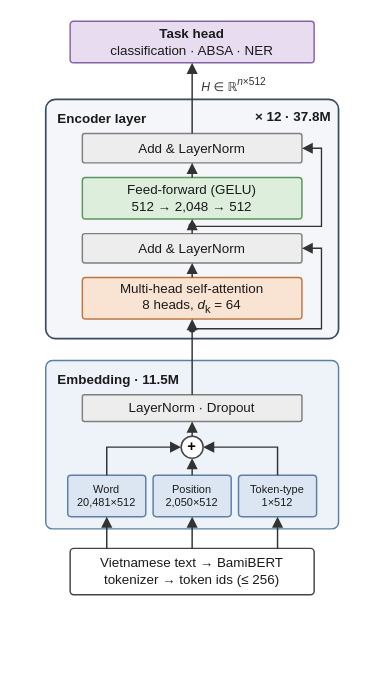
Above: release/goibert-m/figures/fig2_architecture.drawio in Nhantran65/GoiBERT (draw.io), before the change. Source tidied: cells renumbered, new cells numbered last; positions are measured from the earlier drawing's top-left corner, leaving out a move shared by most shapes. Both pictures are drawn from the tidied source at 122%, with x=0, y=0 at pixel (45, 21).
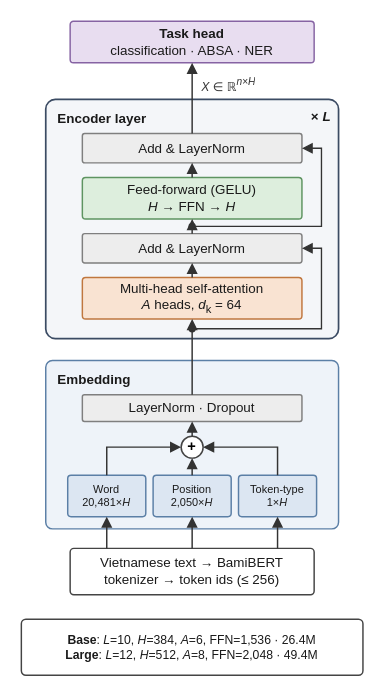
The same diagram, later.

Unchanged cells that the change refers to:
```xml
<mxCell id="2" value="&lt;b&gt;Task head&lt;/b&gt;&lt;br&gt;classification · ABSA · NER" style="rounded=1;arcSize=8;whiteSpace=wrap;html=1;strokeWidth=1.2;fontSize=11;fontColor=#1A1A1A;fontFamily=Helvetica;fillColor=#E8DDF0;strokeColor=#8663A3;" parent="1" vertex="1">
  <mxGeometry x="20" width="200" height="34" as="geometry" />
</mxCell>
<mxCell id="3" value="Encoder layer" style="rounded=1;arcSize=4;whiteSpace=wrap;html=1;fillColor=#F4F6F9;strokeColor=#3B4B63;strokeWidth=1.4;verticalAlign=top;align=left;spacingLeft=8;spacingTop=3;fontSize=11;fontStyle=1;fontColor=#1A1A1A;fontFamily=Helvetica;" parent="1" vertex="1">
  <mxGeometry y="64" width="240" height="196" as="geometry" />
</mxCell>
<mxCell id="5" value="Add &amp;amp; LayerNorm" style="rounded=1;arcSize=8;whiteSpace=wrap;html=1;strokeWidth=1.2;fontSize=11;fontColor=#1A1A1A;fontFamily=Helvetica;fillColor=#EDEDED;strokeColor=#7F7F7F;" parent="3" vertex="1">
  <mxGeometry x="30" y="28" width="180" height="24" as="geometry" />
</mxCell>
<mxCell id="7" value="Add &amp;amp; LayerNorm" style="rounded=1;arcSize=8;whiteSpace=wrap;html=1;strokeWidth=1.2;fontSize=11;fontColor=#1A1A1A;fontFamily=Helvetica;fillColor=#EDEDED;strokeColor=#7F7F7F;" parent="3" vertex="1">
  <mxGeometry x="30" y="110" width="180" height="24" as="geometry" />
</mxCell>
<mxCell id="9" style="ellipse;html=1;fillColor=#333333;strokeColor=none;" parent="3" vertex="1">
  <mxGeometry x="117" y="185" width="6" height="6" as="geometry" />
</mxCell>
<mxCell id="10" style="ellipse;html=1;fillColor=#333333;strokeColor=none;" parent="3" vertex="1">
  <mxGeometry x="117" y="101" width="6" height="6" as="geometry" />
</mxCell>
<mxCell id="12" value="LayerNorm · Dropout" style="rounded=1;arcSize=8;whiteSpace=wrap;html=1;strokeWidth=1.2;fontSize=11;fontColor=#1A1A1A;fontFamily=Helvetica;fillColor=#EDEDED;strokeColor=#7F7F7F;" parent="11" vertex="1">
  <mxGeometry x="30" y="28" width="180" height="22" as="geometry" />
</mxCell>
<mxCell id="13" value="+" style="ellipse;whiteSpace=wrap;html=1;fillColor=#FFFFFF;strokeColor=#444444;strokeWidth=1.2;fontSize=12;fontStyle=1;fontFamily=Helvetica;" parent="11" vertex="1">
  <mxGeometry x="111" y="62" width="18" height="18" as="geometry" />
</mxCell>
<mxCell id="17" value="Vietnamese text → BamiBERT&lt;br&gt;tokenizer → token ids (≤ 256)" style="rounded=1;arcSize=8;whiteSpace=wrap;html=1;strokeWidth=1.2;fontSize=11;fontColor=#1A1A1A;fontFamily=Helvetica;fillColor=#FFFFFF;strokeColor=#444444;" parent="1" vertex="1">
  <mxGeometry x="20" y="432" width="200" height="38" as="geometry" />
</mxCell>
```

Change to the diagram source:
```diff
@@
-    <mxCell id="4" value="× 12 · 37.8M" style="text;html=1;whiteSpace=wrap;overflow=hidden;fontSize=11;fontColor=#1A1A1A;align=right;verticalAlign=top;spacing=2;fontFamily=Helvetica;fontStyle=1;" parent="3" vertex="1">
+    <mxCell id="4" value="× &lt;i&gt;L&lt;/i&gt;" style="text;html=1;whiteSpace=wrap;overflow=hidden;fontSize=11;fontColor=#1A1A1A;align=right;verticalAlign=top;spacing=2;fontFamily=Helvetica;fontStyle=1;" parent="3" vertex="1">
       <mxGeometry x="146" y="1" width="90" height="20" as="geometry" />
     </mxCell>
@@
-    <mxCell id="6" value="Feed-forward (GELU)&lt;br&gt;512 → 2,048 → 512" style="rounded=1;arcSize=8;whiteSpace=wrap;html=1;strokeWidth=1.2;fontSize=11;fontColor=#1A1A1A;fontFamily=Helvetica;fillColor=#DDEEDD;strokeColor=#5E9461;" parent="3" vertex="1">
+    <mxCell id="6" value="Feed-forward (GELU)&lt;br&gt;&lt;i&gt;H&lt;/i&gt; → FFN → &lt;i&gt;H&lt;/i&gt;" style="rounded=1;arcSize=8;whiteSpace=wrap;html=1;strokeWidth=1.2;fontSize=11;fontColor=#1A1A1A;fontFamily=Helvetica;fillColor=#DDEEDD;strokeColor=#5E9461;" parent="3" vertex="1">
       <mxGeometry x="30" y="64" width="180" height="34" as="geometry" />
     </mxCell>
@@
-    <mxCell id="8" value="Multi-head self-attention&lt;br&gt;8 heads, &lt;i&gt;d&lt;/i&gt;&lt;sub&gt;k&lt;/sub&gt; = 64" style="rounded=1;arcSize=8;whiteSpace=wrap;html=1;strokeWidth=1.2;fontSize=11;fontColor=#1A1A1A;fontFamily=Helvetica;fillColor=#F9E3D2;strokeColor=#C0773F;" parent="3" vertex="1">
+    <mxCell id="8" value="Multi-head self-attention&lt;br&gt;&lt;i&gt;A&lt;/i&gt; heads, &lt;i&gt;d&lt;/i&gt;&lt;sub&gt;k&lt;/sub&gt; = 64" style="rounded=1;arcSize=8;whiteSpace=wrap;html=1;strokeWidth=1.2;fontSize=11;fontColor=#1A1A1A;fontFamily=Helvetica;fillColor=#F9E3D2;strokeColor=#C0773F;" parent="3" vertex="1">
       <mxGeometry x="30" y="146" width="180" height="34" as="geometry" />
     </mxCell>
@@
-    <mxCell id="11" value="Embedding · 11.5M" style="rounded=1;arcSize=4;whiteSpace=wrap;html=1;fillColor=#EEF3F9;strokeColor=#5B7FA6;strokeWidth=1.2;verticalAlign=top;align=left;spacingLeft=8;spacingTop=3;fontSize=11;fontStyle=1;fontColor=#1A1A1A;fontFamily=Helvetica;" parent="1" vertex="1">
+    <mxCell id="11" value="Embedding" style="rounded=1;arcSize=4;whiteSpace=wrap;html=1;fillColor=#EEF3F9;strokeColor=#5B7FA6;strokeWidth=1.2;verticalAlign=top;align=left;spacingLeft=8;spacingTop=3;fontSize=11;fontStyle=1;fontColor=#1A1A1A;fontFamily=Helvetica;" parent="1" vertex="1">
       <mxGeometry y="278" width="240" height="138" as="geometry" />
     </mxCell>
@@
-    <mxCell id="14" value="Word&lt;br&gt;20,481×512" style="rounded=1;arcSize=8;whiteSpace=wrap;html=1;strokeWidth=1.2;fontSize=11;fontColor=#1A1A1A;fontFamily=Helvetica;fillColor=#DCE6F2;strokeColor=#5B7FA6;fontSize=9;" parent="11" vertex="1">
+    <mxCell id="14" value="Word&lt;br&gt;20,481×&lt;i&gt;H&lt;/i&gt;" style="rounded=1;arcSize=8;whiteSpace=wrap;html=1;strokeWidth=1.2;fontSize=11;fontColor=#1A1A1A;fontFamily=Helvetica;fillColor=#DCE6F2;strokeColor=#5B7FA6;fontSize=9;" parent="11" vertex="1">
       <mxGeometry x="18" y="94" width="64" height="34" as="geometry" />
     </mxCell>
-    <mxCell id="15" value="Position&lt;br&gt;2,050×512" style="rounded=1;arcSize=8;whiteSpace=wrap;html=1;strokeWidth=1.2;fontSize=11;fontColor=#1A1A1A;fontFamily=Helvetica;fillColor=#DCE6F2;strokeColor=#5B7FA6;fontSize=9;" parent="11" vertex="1">
+    <mxCell id="15" value="Position&lt;br&gt;2,050×&lt;i&gt;H&lt;/i&gt;" style="rounded=1;arcSize=8;whiteSpace=wrap;html=1;strokeWidth=1.2;fontSize=11;fontColor=#1A1A1A;fontFamily=Helvetica;fillColor=#DCE6F2;strokeColor=#5B7FA6;fontSize=9;" parent="11" vertex="1">
       <mxGeometry x="88" y="94" width="64" height="34" as="geometry" />
     </mxCell>
-    <mxCell id="16" value="Token-type&lt;br&gt;1×512" style="rounded=1;arcSize=8;whiteSpace=wrap;html=1;strokeWidth=1.2;fontSize=11;fontColor=#1A1A1A;fontFamily=Helvetica;fillColor=#DCE6F2;strokeColor=#5B7FA6;fontSize=9;" parent="11" vertex="1">
+    <mxCell id="16" value="Token-type&lt;br&gt;1×&lt;i&gt;H&lt;/i&gt;" style="rounded=1;arcSize=8;whiteSpace=wrap;html=1;strokeWidth=1.2;fontSize=11;fontColor=#1A1A1A;fontFamily=Helvetica;fillColor=#DCE6F2;strokeColor=#5B7FA6;fontSize=9;" parent="11" vertex="1">
       <mxGeometry x="158" y="94" width="64" height="34" as="geometry" />
     </mxCell>
@@
-    <mxCell id="18" style="edgeStyle=orthogonalEdgeStyle;rounded=0;html=1;endArrow=block;endFill=1;strokeColor=#333333;strokeWidth=1.2;exitX=0.15;exitY=0;entryX=0.5;entryY=1;fontSize=10;labelBackgroundColor=#FAFAFA;fontFamily=Helvetica;" parent="1" edge="1" source="17" target="14">
-      <mxGeometry relative="1" as="geometry" />
+    <mxCell id="18" value="&lt;b&gt;Base&lt;/b&gt;: &lt;i&gt;L&lt;/i&gt;=10, &lt;i&gt;H&lt;/i&gt;=384, &lt;i&gt;A&lt;/i&gt;=6, FFN=1,536 · 26.4M&lt;br&gt;&lt;b&gt;Large&lt;/b&gt;: &lt;i&gt;L&lt;/i&gt;=12, &lt;i&gt;H&lt;/i&gt;=512, &lt;i&gt;A&lt;/i&gt;=8, FFN=2,048 · 49.4M" style="rounded=1;arcSize=8;whiteSpace=wrap;html=1;strokeWidth=1.2;fontSize=11;fontColor=#1A1A1A;fontFamily=Helvetica;fillColor=#FFFFFF;strokeColor=#444444;fontSize=10;" parent="1" vertex="1">
+      <mxGeometry x="-20" y="490" width="280" height="46" as="geometry" />
     </mxCell>
-    <mxCell id="19" style="edgeStyle=orthogonalEdgeStyle;rounded=0;html=1;endArrow=block;endFill=1;strokeColor=#333333;strokeWidth=1.2;exitX=0.5;exitY=0;entryX=0.5;entryY=1;fontSize=10;labelBackgroundColor=#FAFAFA;fontFamily=Helvetica;" parent="1" edge="1" source="17" target="15">
+    <mxCell id="19" style="edgeStyle=orthogonalEdgeStyle;rounded=0;html=1;endArrow=block;endFill=1;strokeColor=#333333;strokeWidth=1.2;exitX=0.15;exitY=0;entryX=0.5;entryY=1;fontSize=10;labelBackgroundColor=#FAFAFA;fontFamily=Helvetica;" parent="1" edge="1" source="17" target="14">
       <mxGeometry relative="1" as="geometry" />
     </mxCell>
-    <mxCell id="20" style="edgeStyle=orthogonalEdgeStyle;rounded=0;html=1;endArrow=block;endFill=1;strokeColor=#333333;strokeWidth=1.2;exitX=0.85;exitY=0;entryX=0.5;entryY=1;fontSize=10;labelBackgroundColor=#FAFAFA;fontFamily=Helvetica;" parent="1" edge="1" source="17" target="16">
+    <mxCell id="20" style="edgeStyle=orthogonalEdgeStyle;rounded=0;html=1;endArrow=block;endFill=1;strokeColor=#333333;strokeWidth=1.2;exitX=0.5;exitY=0;entryX=0.5;entryY=1;fontSize=10;labelBackgroundColor=#FAFAFA;fontFamily=Helvetica;" parent="1" edge="1" source="17" target="15">
       <mxGeometry relative="1" as="geometry" />
     </mxCell>
-    <mxCell id="21" style="edgeStyle=orthogonalEdgeStyle;rounded=0;html=1;endArrow=block;endFill=1;strokeColor=#333333;strokeWidth=1.2;exitX=0.5;exitY=0;entryX=0;entryY=0.5;fontSize=10;labelBackgroundColor=#FAFAFA;fontFamily=Helvetica;" parent="1" edge="1" source="14" target="13">
+    <mxCell id="21" style="edgeStyle=orthogonalEdgeStyle;rounded=0;html=1;endArrow=block;endFill=1;strokeColor=#333333;strokeWidth=1.2;exitX=0.85;exitY=0;entryX=0.5;entryY=1;fontSize=10;labelBackgroundColor=#FAFAFA;fontFamily=Helvetica;" parent="1" edge="1" source="17" target="16">
       <mxGeometry relative="1" as="geometry" />
     </mxCell>
-    <mxCell id="22" style="edgeStyle=orthogonalEdgeStyle;rounded=0;html=1;endArrow=block;endFill=1;strokeColor=#333333;strokeWidth=1.2;exitX=0.5;exitY=0;entryX=0.5;entryY=1;fontSize=10;labelBackgroundColor=#FAFAFA;fontFamily=Helvetica;" parent="1" edge="1" source="15" target="13">
+    <mxCell id="22" style="edgeStyle=orthogonalEdgeStyle;rounded=0;html=1;endArrow=block;endFill=1;strokeColor=#333333;strokeWidth=1.2;exitX=0.5;exitY=0;entryX=0;entryY=0.5;fontSize=10;labelBackgroundColor=#FAFAFA;fontFamily=Helvetica;" parent="1" edge="1" source="14" target="13">
       <mxGeometry relative="1" as="geometry" />
     </mxCell>
-    <mxCell id="23" style="edgeStyle=orthogonalEdgeStyle;rounded=0;html=1;endArrow=block;endFill=1;strokeColor=#333333;strokeWidth=1.2;exitX=0.5;exitY=0;entryX=1;entryY=0.5;fontSize=10;labelBackgroundColor=#FAFAFA;fontFamily=Helvetica;" parent="1" edge="1" source="16" target="13">
+    <mxCell id="23" style="edgeStyle=orthogonalEdgeStyle;rounded=0;html=1;endArrow=block;endFill=1;strokeColor=#333333;strokeWidth=1.2;exitX=0.5;exitY=0;entryX=0.5;entryY=1;fontSize=10;labelBackgroundColor=#FAFAFA;fontFamily=Helvetica;" parent="1" edge="1" source="15" target="13">
       <mxGeometry relative="1" as="geometry" />
     </mxCell>
-    <mxCell id="24" style="edgeStyle=orthogonalEdgeStyle;rounded=0;html=1;endArrow=block;endFill=1;strokeColor=#333333;strokeWidth=1.2;exitX=0.5;exitY=0;entryX=0.5;entryY=1;fontSize=10;labelBackgroundColor=#FAFAFA;fontFamily=Helvetica;" parent="1" edge="1" source="13" target="12">
+    <mxCell id="24" style="edgeStyle=orthogonalEdgeStyle;rounded=0;html=1;endArrow=block;endFill=1;strokeColor=#333333;strokeWidth=1.2;exitX=0.5;exitY=0;entryX=1;entryY=0.5;fontSize=10;labelBackgroundColor=#FAFAFA;fontFamily=Helvetica;" parent="1" edge="1" source="16" target="13">
       <mxGeometry relative="1" as="geometry" />
     </mxCell>
-    <mxCell id="25" style="edgeStyle=orthogonalEdgeStyle;rounded=0;html=1;endArrow=block;endFill=1;strokeColor=#333333;strokeWidth=1.2;exitX=0.5;exitY=0;entryX=0.5;entryY=1;fontSize=10;labelBackgroundColor=#FAFAFA;fontFamily=Helvetica;" parent="1" edge="1" source="12" target="8">
+    <mxCell id="25" style="edgeStyle=orthogonalEdgeStyle;rounded=0;html=1;endArrow=block;endFill=1;strokeColor=#333333;strokeWidth=1.2;exitX=0.5;exitY=0;entryX=0.5;entryY=1;fontSize=10;labelBackgroundColor=#FAFAFA;fontFamily=Helvetica;" parent="1" edge="1" source="13" target="12">
       <mxGeometry relative="1" as="geometry" />
     </mxCell>
-    <mxCell id="26" style="edgeStyle=orthogonalEdgeStyle;rounded=0;html=1;endArrow=block;endFill=1;strokeColor=#333333;strokeWidth=1.2;exitX=0.5;exitY=0;entryX=0.5;entryY=1;fontSize=10;labelBackgroundColor=#FAFAFA;fontFamily=Helvetica;" parent="1" edge="1" source="8" target="7">
+    <mxCell id="26" style="edgeStyle=orthogonalEdgeStyle;rounded=0;html=1;endArrow=block;endFill=1;strokeColor=#333333;strokeWidth=1.2;exitX=0.5;exitY=0;entryX=0.5;entryY=1;fontSize=10;labelBackgroundColor=#FAFAFA;fontFamily=Helvetica;" parent="1" edge="1" source="12" target="8">
       <mxGeometry relative="1" as="geometry" />
     </mxCell>
-    <mxCell id="27" style="edgeStyle=orthogonalEdgeStyle;rounded=0;html=1;endArrow=block;endFill=1;strokeColor=#333333;strokeWidth=1.2;exitX=0.5;exitY=0;entryX=0.5;entryY=1;fontSize=10;labelBackgroundColor=#FAFAFA;fontFamily=Helvetica;" parent="1" edge="1" source="7" target="6">
+    <mxCell id="27" style="edgeStyle=orthogonalEdgeStyle;rounded=0;html=1;endArrow=block;endFill=1;strokeColor=#333333;strokeWidth=1.2;exitX=0.5;exitY=0;entryX=0.5;entryY=1;fontSize=10;labelBackgroundColor=#FAFAFA;fontFamily=Helvetica;" parent="1" edge="1" source="8" target="7">
       <mxGeometry relative="1" as="geometry" />
     </mxCell>
-    <mxCell id="28" style="edgeStyle=orthogonalEdgeStyle;rounded=0;html=1;endArrow=block;endFill=1;strokeColor=#333333;strokeWidth=1.2;exitX=0.5;exitY=0;entryX=0.5;entryY=1;fontSize=10;labelBackgroundColor=#FAFAFA;fontFamily=Helvetica;" parent="1" edge="1" source="6" target="5">
+    <mxCell id="28" style="edgeStyle=orthogonalEdgeStyle;rounded=0;html=1;endArrow=block;endFill=1;strokeColor=#333333;strokeWidth=1.2;exitX=0.5;exitY=0;entryX=0.5;entryY=1;fontSize=10;labelBackgroundColor=#FAFAFA;fontFamily=Helvetica;" parent="1" edge="1" source="7" target="6">
       <mxGeometry relative="1" as="geometry" />
     </mxCell>
-    <mxCell id="29" style="edgeStyle=orthogonalEdgeStyle;rounded=0;html=1;endArrow=block;endFill=1;strokeColor=#333333;strokeWidth=1.2;exitX=0.5;exitY=0;entryX=0.5;entryY=1;fontSize=10;labelBackgroundColor=#FAFAFA;fontFamily=Helvetica;" parent="1" edge="1" source="5" target="2">
+    <mxCell id="29" style="edgeStyle=orthogonalEdgeStyle;rounded=0;html=1;endArrow=block;endFill=1;strokeColor=#333333;strokeWidth=1.2;exitX=0.5;exitY=0;entryX=0.5;entryY=1;fontSize=10;labelBackgroundColor=#FAFAFA;fontFamily=Helvetica;" parent="1" edge="1" source="6" target="5">
       <mxGeometry relative="1" as="geometry" />
     </mxCell>
-    <mxCell id="30" value="&lt;i&gt;H&lt;/i&gt; ∈ ℝ&lt;sup&gt;&lt;i&gt;n&lt;/i&gt;×512&lt;/sup&gt;" style="text;html=1;whiteSpace=wrap;overflow=hidden;fontSize=10;fontColor=#333333;align=left;verticalAlign=top;spacing=2;fontFamily=Helvetica;" parent="1" vertex="1">
-      <mxGeometry x="126" y="38" width="100" height="20" as="geometry" />
+    <mxCell id="30" style="edgeStyle=orthogonalEdgeStyle;rounded=0;html=1;endArrow=block;endFill=1;strokeColor=#333333;strokeWidth=1.2;exitX=0.5;exitY=0;entryX=0.5;entryY=1;fontSize=10;labelBackgroundColor=#FAFAFA;fontFamily=Helvetica;" parent="1" edge="1" source="5" target="2">
+      <mxGeometry relative="1" as="geometry" />
     </mxCell>
-    <mxCell id="31" style="edgeStyle=orthogonalEdgeStyle;rounded=0;html=1;endArrow=block;endFill=1;strokeColor=#333333;strokeWidth=1.1;exitX=1;exitY=0.5;entryX=1;entryY=0.5;fontSize=10;labelBackgroundColor=#FAFAFA;fontFamily=Helvetica;" parent="1" edge="1" source="9" target="7">
-      <mxGeometry relative="1" as="geometry">
-        <Array as="points">
-          <mxPoint x="226" y="252" />
-          <mxPoint x="226" y="186" />
-        </Array>
-      </mxGeometry>
+    <mxCell id="31" value="&lt;i&gt;X&lt;/i&gt; ∈ ℝ&lt;sup&gt;&lt;i&gt;n&lt;/i&gt;×&lt;i&gt;H&lt;/i&gt;&lt;/sup&gt;" style="text;html=1;whiteSpace=wrap;overflow=hidden;fontSize=10;fontColor=#333333;align=left;verticalAlign=top;spacing=2;fontFamily=Helvetica;" parent="1" vertex="1">
+      <mxGeometry x="126" y="38" width="100" height="20" as="geometry" />
     </mxCell>
-    <mxCell id="32" style="edgeStyle=orthogonalEdgeStyle;rounded=0;html=1;endArrow=block;endFill=1;strokeColor=#333333;strokeWidth=1.1;exitX=1;exitY=0.5;entryX=1;entryY=0.5;fontSize=10;labelBackgroundColor=#FAFAFA;fontFamily=Helvetica;" parent="1" edge="1" source="10" target="5">
+    <mxCell id="32" style="edgeStyle=orthogonalEdgeStyle;rounded=0;html=1;endArrow=block;endFill=1;strokeColor=#333333;strokeWidth=1.1;exitX=1;exitY=0.5;entryX=1;entryY=0.5;fontSize=10;labelBackgroundColor=#FAFAFA;fontFamily=Helvetica;" parent="1" edge="1" source="9" target="7">
       <mxGeometry relative="1" as="geometry">
         <Array as="points">
-          <mxPoint x="226" y="168" />
-          <mxPoint x="226" y="104" />
+          <mxPoint x="226" y="252" />
+          <mxPoint x="226" y="186" />
         </Array>
       </mxGeometry>
     </mxCell>
+    <mxCell id="33" style="edgeStyle=orthogonalEdgeStyle;rounded=0;html=1;endArrow=block;endFill=1;strokeColor=#333333;strokeWidth=1.1;exitX=1;exitY=0.5;entryX=1;entryY=0.5;fontSize=10;labelBackgroundColor=#FAFAFA;fontFamily=Helvetica;" parent="1" edge="1" source="10" target="5">
+      <mxGeometry relative="1" as="geometry">
+        <Array as="points">
+          <mxPoint x="226" y="168" />
+          <mxPoint x="226" y="104" />
+        </Array>
+      </mxGeometry>
+    </mxCell>
```
